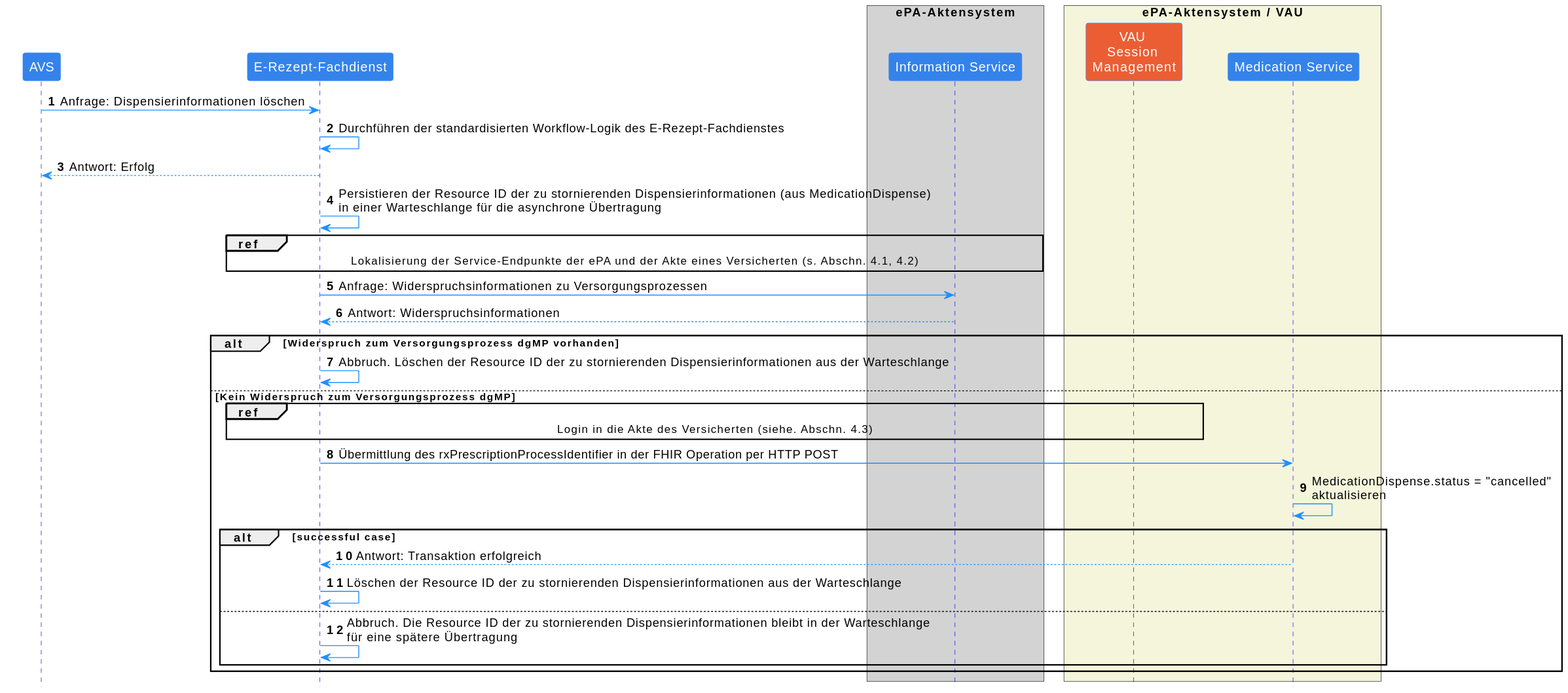
Above: images/plantuml/medicationmanagement.cancel.dispense.svg in gematik/ePA-Medication (PlantUML), before the change.
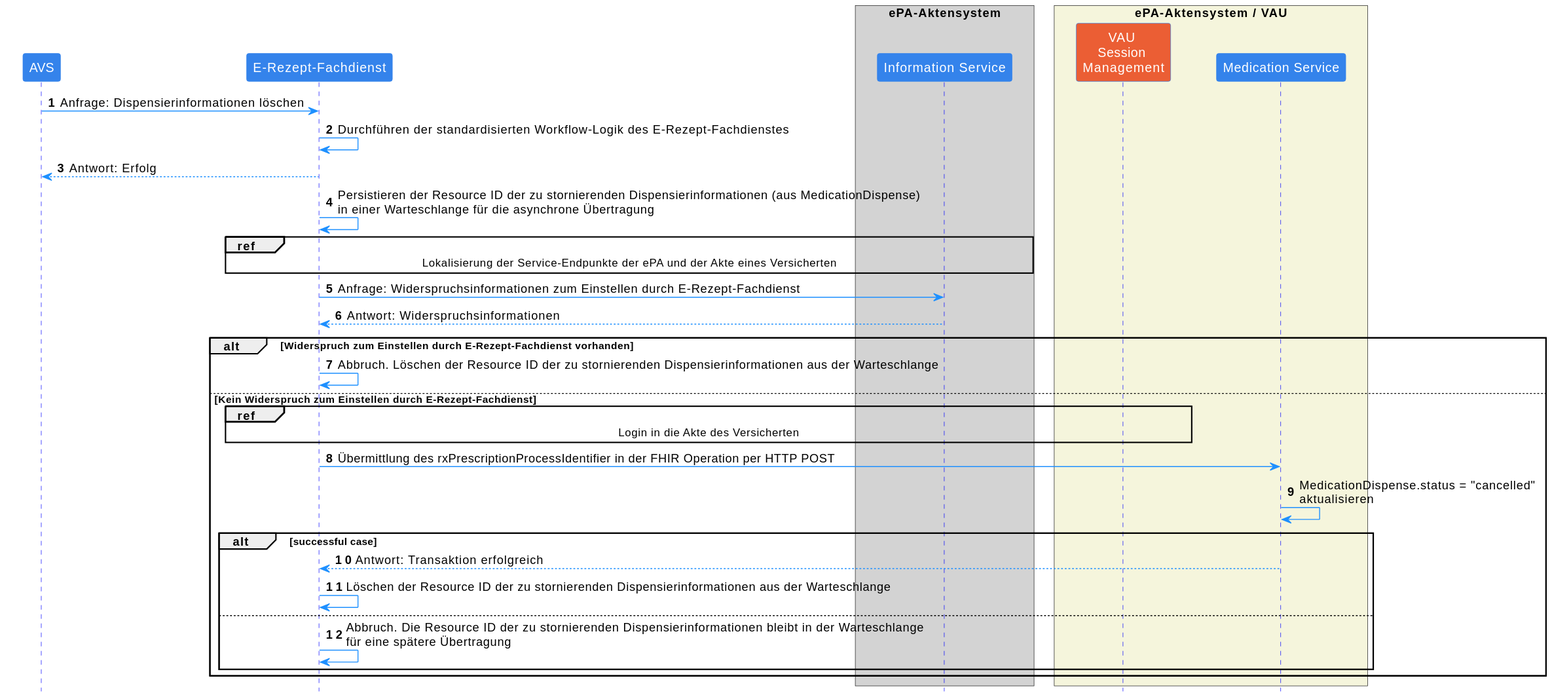
Later version of the same file.

The edit, as a diff of the source:
```diff
@@ -1,5 +1,4 @@
 @startuml
-
 skinparam Shadowing false
 skinparam ParticipantPadding 20
 skinparam BoxPadding 10
@@ -40,16 +39,16 @@
 
 ERFD -> ERFD: Persistieren der Resource ID der zu stornierenden Dispensierinformationen (aus MedicationDispense)\nin einer Warteschlange für die asynchrone Übertragung
 
-ref over ERFD, IS: Lokalisierung der Service-Endpunkte der ePA und der Akte eines Versicherten (s. Abschn. 4.1, 4.2)
+ref over ERFD, IS: Lokalisierung der Service-Endpunkte der ePA und der Akte eines Versicherten
 
-ERFD -> IS: Anfrage: Widerspruchsinformationen zu Versorgungsprozessen
+ERFD -> IS: Anfrage: Widerspruchsinformationen zum Einstellen durch E-Rezept-Fachdienst
 IS --> ERFD: Antwort: Widerspruchsinformationen
 
-alt Widerspruch zum Versorgungsprozess dgMP vorhanden
+alt Widerspruch zum Einstellen durch E-Rezept-Fachdienst vorhanden
     ERFD -> ERFD: Abbruch. Löschen der Resource ID der zu stornierenden Dispensierinformationen aus der Warteschlange
-else Kein Widerspruch zum Versorgungsprozess dgMP
+else Kein Widerspruch zum Einstellen durch E-Rezept-Fachdienst
 
-    ref over ERFD, VAU: Login in die Akte des Versicherten (siehe. Abschn. 4.3)
+    ref over ERFD, VAU: Login in die Akte des Versicherten
 
     ERFD -> EPA: Übermittlung des rxPrescriptionProcessIdentifier in der FHIR Operation per HTTP POST
     EPA -> EPA: MedicationDispense.status = "cancelled"\naktualisieren
@@ -62,5 +61,4 @@
     end
 
 end
-
 @enduml
```
